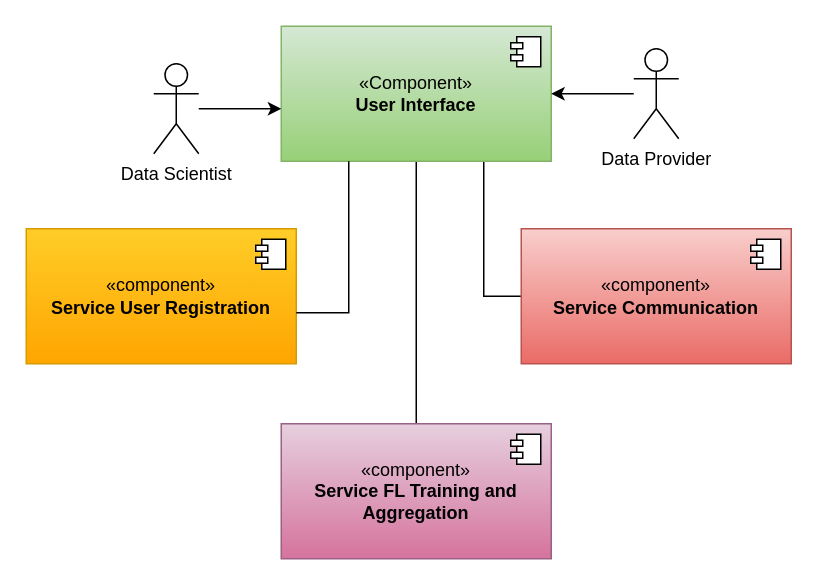
Earlier version of the draw.io diagram Thesis/Logical View.drawio (anandanlk/Drawings). Source tidied: cells renumbered, new cells numbered last; positions are measured from the earlier drawing's top-left corner, leaving out a move shared by most shapes. Both pictures are drawn from the tidied source at 150%, with x=0, y=0 at pixel (26, 26).
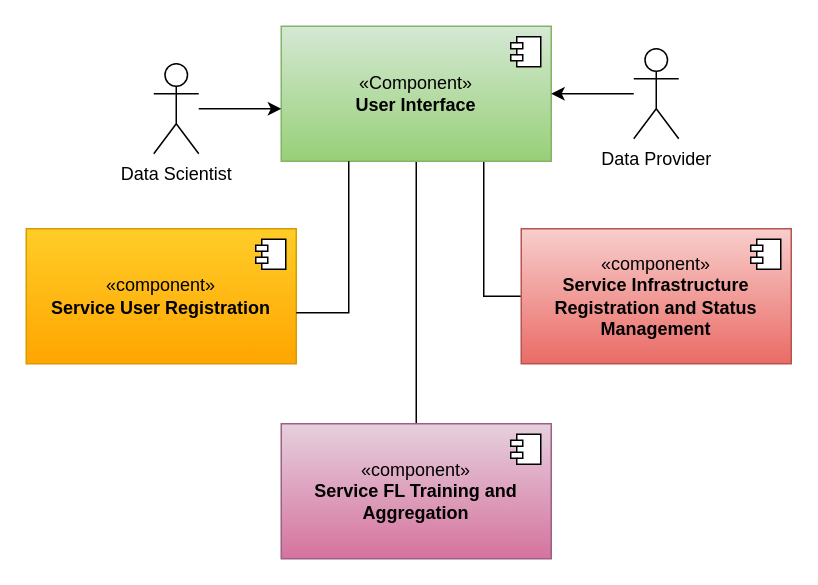
The same diagram, later.

Change to the diagram source:
```diff
@@
-    <mxCell id="12" value="«component»&lt;br&gt;&lt;b&gt;Service Communication&lt;/b&gt;" style="html=1;whiteSpace=wrap;fillColor=#f8cecc;gradientColor=#ea6b66;strokeColor=#b85450;" parent="1" vertex="1">
+    <mxCell id="12" value="«component»&lt;br&gt;&lt;b&gt;Service Infrastructure Registration and Status Management&lt;/b&gt;" style="html=1;whiteSpace=wrap;fillColor=#f8cecc;gradientColor=#ea6b66;strokeColor=#b85450;" parent="1" vertex="1">
       <mxGeometry x="330" y="135" width="180" height="90" as="geometry" />
     </mxCell>
```
